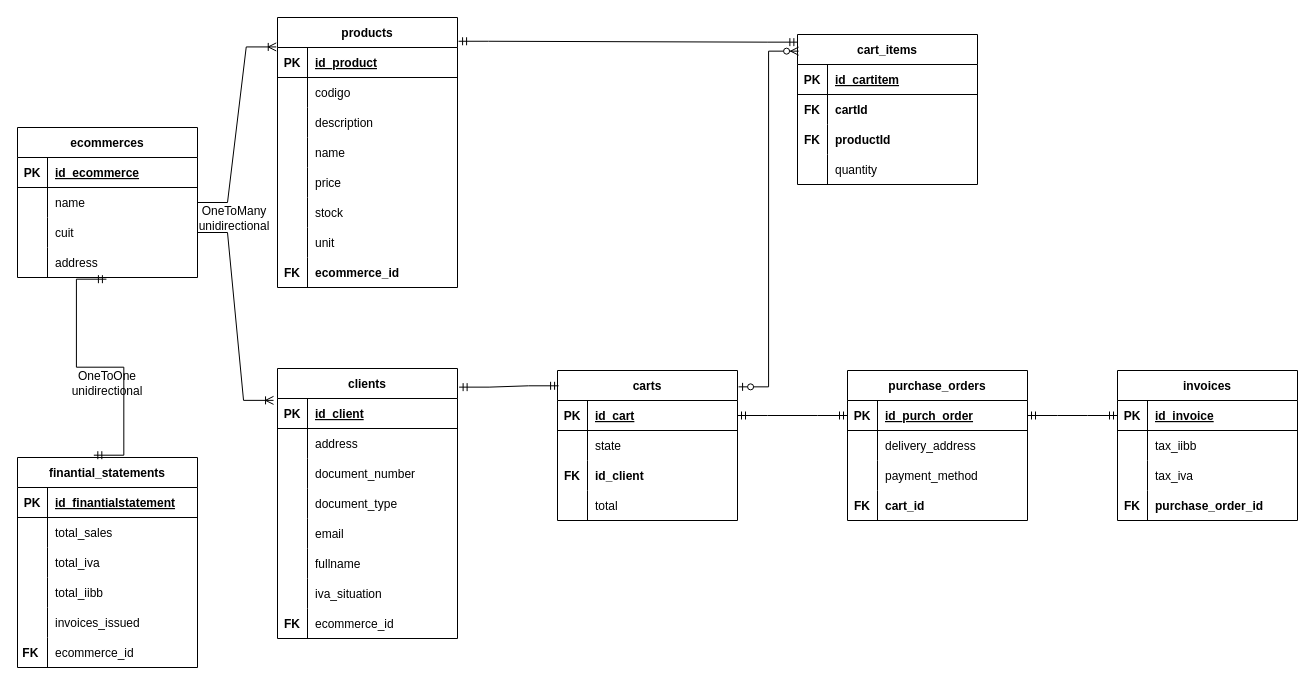
Earlier version of the draw.io diagram schema.drawio (Iwinslow/springEcommerce). Source tidied: cells renumbered, new cells numbered last; positions are measured from the earlier drawing's top-left corner, leaving out a move shared by most shapes. Both pictures are drawn from the tidied source at 100%, with x=0, y=0 at pixel (17, 17).
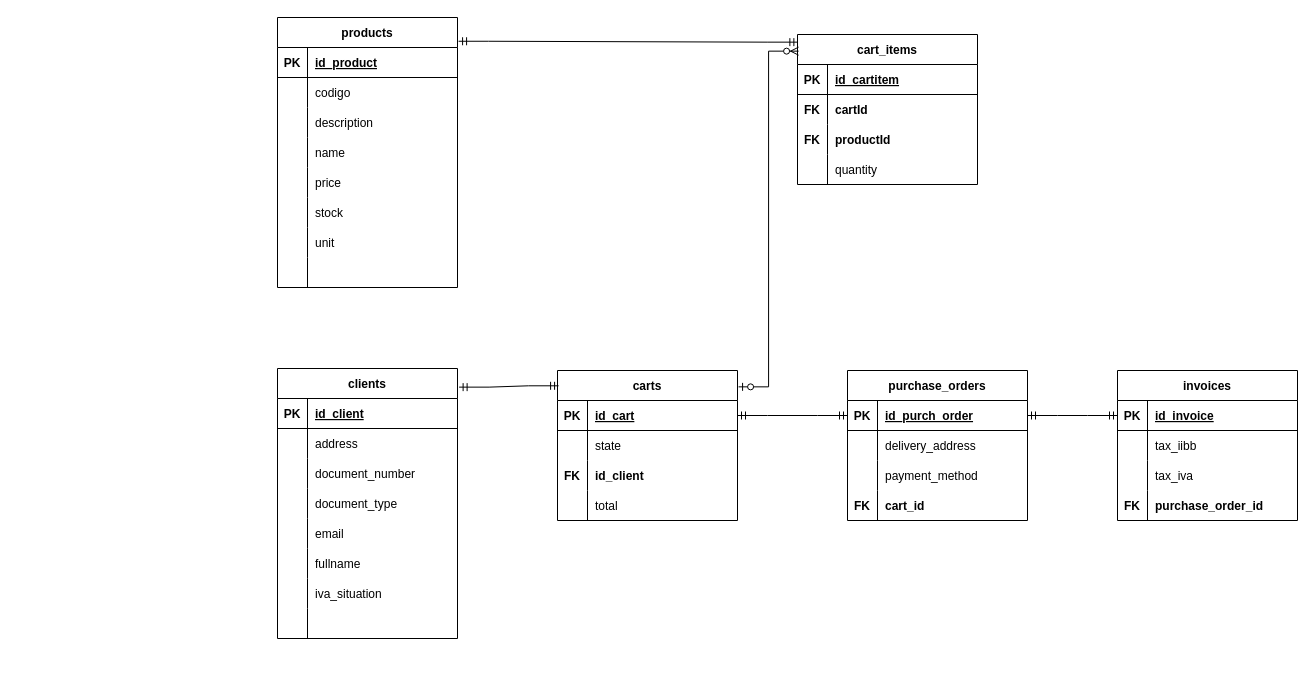
Above is the later version.

Unchanged cells that the change refers to:
```xml
<mxCell id="15" value="products" style="shape=table;startSize=30;childLayout=tableLayout;rowLines=0;fontStyle=1;align=center;" parent="1" vertex="1">
  <mxGeometry x="260" width="180" height="270" as="geometry" />
</mxCell>
<mxCell id="37" style="shape=tableRow;horizontal=0;startSize=0;swimlaneHead=0;swimlaneBody=0;fillColor=none;top=0;left=0;right=0;bottom=0;" parent="15" vertex="1">
  <mxGeometry y="240" width="180" height="30" as="geometry" />
</mxCell>
<mxCell id="40" value="clients" style="shape=table;startSize=30;childLayout=tableLayout;rowLines=0;fontStyle=1;align=center;" parent="1" vertex="1">
  <mxGeometry x="260" y="351" width="180" height="270" as="geometry" />
</mxCell>
<mxCell id="62" style="shape=tableRow;horizontal=0;startSize=0;swimlaneHead=0;swimlaneBody=0;fillColor=none;top=0;left=0;right=0;bottom=0;" parent="40" vertex="1">
  <mxGeometry y="240" width="180" height="30" as="geometry" />
</mxCell>
```

Change to the diagram source:
```diff
@@
-    <mxCell id="2" value="ecommerces" style="shape=table;startSize=30;childLayout=tableLayout;rowLines=0;fontStyle=1;align=center;" parent="1" vertex="1">
-      <mxGeometry y="110" width="180" height="150" as="geometry" />
-    </mxCell>
-    <mxCell id="3" style="shape=tableRow;horizontal=0;startSize=0;swimlaneHead=0;swimlaneBody=0;fillColor=none;top=0;left=0;right=0;bottom=1;" parent="2" vertex="1">
-      <mxGeometry y="30" width="180" height="30" as="geometry" />
-    </mxCell>
-    <mxCell id="4" value="PK" style="shape=partialRectangle;fillColor=none;top=0;left=0;bottom=0;right=0;fontStyle=1;overflow=hidden;" parent="3" vertex="1">
-      <mxGeometry width="30" height="30" as="geometry" />
-    </mxCell>
-    <mxCell id="5" value="id_ecommerce" style="shape=partialRectangle;fillColor=none;top=0;left=0;bottom=0;right=0;align=left;spacingLeft=6;fontStyle=5;overflow=hidden;" parent="3" vertex="1">
-      <mxGeometry x="30" width="150" height="30" as="geometry" />
-    </mxCell>
-    <mxCell id="6" style="shape=tableRow;horizontal=0;startSize=0;swimlaneHead=0;swimlaneBody=0;fillColor=none;points=[[0,0.5],[1,0.5]];portConstraint=eastwest;top=0;left=0;right=0;bottom=0;" parent="2" vertex="1">
-      <mxGeometry y="60" width="180" height="30" as="geometry" />
-    </mxCell>
-    <mxCell id="7" style="shape=partialRectangle;fillColor=none;top=0;left=0;bottom=0;right=0;overflow=hidden;" parent="6" vertex="1">
-      <mxGeometry width="30" height="30" as="geometry" />
-    </mxCell>
-    <mxCell id="8" value="name" style="shape=partialRectangle;fillColor=none;top=0;left=0;bottom=0;right=0;align=left;spacingLeft=6;overflow=hidden;" parent="6" vertex="1">
-      <mxGeometry x="30" width="150" height="30" as="geometry" />
-    </mxCell>
-    <mxCell id="9" style="shape=tableRow;horizontal=0;startSize=0;swimlaneHead=0;swimlaneBody=0;fillColor=none;points=[[0,0.5],[1,0.5]];portConstraint=eastwest;top=0;left=0;right=0;bottom=0;" parent="2" vertex="1">
-      <mxGeometry y="90" width="180" height="30" as="geometry" />
-    </mxCell>
-    <mxCell id="10" style="shape=partialRectangle;fillColor=none;top=0;left=0;bottom=0;right=0;overflow=hidden;" parent="9" vertex="1">
-      <mxGeometry width="30" height="30" as="geometry" />
-    </mxCell>
-    <mxCell id="11" value="cuit" style="shape=partialRectangle;fillColor=none;top=0;left=0;bottom=0;right=0;align=left;spacingLeft=6;overflow=hidden;" parent="9" vertex="1">
-      <mxGeometry x="30" width="150" height="30" as="geometry" />
-    </mxCell>
-    <mxCell id="12" style="shape=tableRow;horizontal=0;startSize=0;swimlaneHead=0;swimlaneBody=0;fillColor=none;points=[[0,0.5],[1,0.5]];portConstraint=eastwest;top=0;left=0;right=0;bottom=0;" parent="2" vertex="1">
-      <mxGeometry y="120" width="180" height="30" as="geometry" />
-    </mxCell>
-    <mxCell id="13" style="shape=partialRectangle;fillColor=none;top=0;left=0;bottom=0;right=0;overflow=hidden;" parent="12" vertex="1">
-      <mxGeometry width="30" height="30" as="geometry" />
-    </mxCell>
-    <mxCell id="14" value="address" style="shape=partialRectangle;fillColor=none;top=0;left=0;bottom=0;right=0;align=left;spacingLeft=6;overflow=hidden;" parent="12" vertex="1">
-      <mxGeometry x="30" width="150" height="30" as="geometry" />
-    </mxCell>
@@
-    <mxCell id="38" value="FK" style="shape=partialRectangle;fillColor=none;top=0;left=0;bottom=0;right=0;overflow=hidden;fontStyle=1;" parent="37" vertex="1">
+    <mxCell id="38" style="shape=partialRectangle;fillColor=none;top=0;left=0;bottom=0;right=0;overflow=hidden;fontStyle=1;" parent="37" vertex="1">
       <mxGeometry width="30" height="30" as="geometry" />
     </mxCell>
-    <mxCell id="39" value="ecommerce_id" style="shape=partialRectangle;fillColor=none;top=0;left=0;bottom=0;right=0;align=left;spacingLeft=6;overflow=hidden;fontStyle=1;" parent="37" vertex="1">
+    <mxCell id="39" style="shape=partialRectangle;fillColor=none;top=0;left=0;bottom=0;right=0;align=left;spacingLeft=6;overflow=hidden;fontStyle=1;" parent="37" vertex="1">
       <mxGeometry x="30" width="150" height="30" as="geometry" />
     </mxCell>
@@
-    <mxCell id="63" value="FK" style="shape=partialRectangle;fillColor=none;top=0;left=0;bottom=0;right=0;overflow=hidden;fontStyle=1;" parent="62" vertex="1">
+    <mxCell id="63" style="shape=partialRectangle;fillColor=none;top=0;left=0;bottom=0;right=0;overflow=hidden;fontStyle=1;" parent="62" vertex="1">
       <mxGeometry width="30" height="30" as="geometry" />
     </mxCell>
-    <mxCell id="64" value="ecommerce_id" style="shape=partialRectangle;fillColor=none;top=0;left=0;bottom=0;right=0;align=left;spacingLeft=6;overflow=hidden;" parent="62" vertex="1">
+    <mxCell id="64" style="shape=partialRectangle;fillColor=none;top=0;left=0;bottom=0;right=0;align=left;spacingLeft=6;overflow=hidden;" parent="62" vertex="1">
       <mxGeometry x="30" width="150" height="30" as="geometry" />
     </mxCell>
-    <mxCell id="65" style="edgeStyle=entityRelationEdgeStyle;fontSize=12;html=1;endArrow=ERoneToMany;rounded=0;exitX=1;exitY=0.5;exitDx=0;exitDy=0;entryX=-0.007;entryY=0.109;entryDx=0;entryDy=0;entryPerimeter=0;" parent="1" edge="1" source="6" target="15">
-      <mxGeometry relative="1" as="geometry" />
-    </mxCell>
-    <mxCell id="66" style="edgeStyle=entityRelationEdgeStyle;fontSize=12;html=1;endArrow=ERoneToMany;rounded=0;exitX=1;exitY=0.5;exitDx=0;exitDy=0;entryX=-0.022;entryY=0.118;entryDx=0;entryDy=0;entryPerimeter=0;" parent="1" edge="1" source="9" target="40">
-      <mxGeometry relative="1" as="geometry" />
-    </mxCell>
-    <mxCell id="67" style="rounded=0;jettySize=auto;html=1;exitX=0.5;exitY=0;exitDx=0;exitDy=0;entryX=0.494;entryY=1.033;entryDx=0;entryDy=0;entryPerimeter=0;strokeColor=default;" parent="1" edge="1" source="68">
-      <mxGeometry relative="1" as="geometry" />
-    </mxCell>
-    <mxCell id="68" value="finantial_statements" style="shape=table;startSize=30;childLayout=tableLayout;rowLines=0;fontStyle=1;align=center;" parent="1" vertex="1">
-      <mxGeometry y="440" width="180" height="210" as="geometry" />
-    </mxCell>
-    <mxCell id="69" style="shape=tableRow;horizontal=0;startSize=0;swimlaneHead=0;swimlaneBody=0;fillColor=none;top=0;left=0;right=0;bottom=1;" parent="68" vertex="1">
-      <mxGeometry y="30" width="180" height="30" as="geometry" />
-    </mxCell>
-    <mxCell id="70" value="PK" style="shape=partialRectangle;fillColor=none;top=0;left=0;bottom=0;right=0;fontStyle=1;overflow=hidden;" parent="69" vertex="1">
-      <mxGeometry width="30" height="30" as="geometry" />
-    </mxCell>
-    <mxCell id="71" value="id_finantialstatement" style="shape=partialRectangle;fillColor=none;top=0;left=0;bottom=0;right=0;align=left;spacingLeft=6;fontStyle=5;overflow=hidden;" parent="69" vertex="1">
-      <mxGeometry x="30" width="150" height="30" as="geometry" />
-    </mxCell>
-    <mxCell id="72" style="shape=tableRow;horizontal=0;startSize=0;swimlaneHead=0;swimlaneBody=0;fillColor=none;top=0;left=0;right=0;bottom=0;" parent="68" vertex="1">
-      <mxGeometry y="60" width="180" height="30" as="geometry" />
-    </mxCell>
-    <mxCell id="73" style="shape=partialRectangle;fillColor=none;top=0;left=0;bottom=0;right=0;overflow=hidden;" parent="72" vertex="1">
-      <mxGeometry width="30" height="30" as="geometry" />
-    </mxCell>
-    <mxCell id="74" value="total_sales" style="shape=partialRectangle;fillColor=none;top=0;left=0;bottom=0;right=0;align=left;spacingLeft=6;overflow=hidden;" parent="72" vertex="1">
-      <mxGeometry x="30" width="150" height="30" as="geometry" />
-    </mxCell>
-    <mxCell id="75" style="shape=tableRow;horizontal=0;startSize=0;swimlaneHead=0;swimlaneBody=0;fillColor=none;top=0;left=0;right=0;bottom=0;" parent="68" vertex="1">
-      <mxGeometry y="90" width="180" height="30" as="geometry" />
-    </mxCell>
-    <mxCell id="76" style="shape=partialRectangle;fillColor=none;top=0;left=0;bottom=0;right=0;overflow=hidden;" parent="75" vertex="1">
-      <mxGeometry width="30" height="30" as="geometry" />
-    </mxCell>
-    <mxCell id="77" value="total_iva" style="shape=partialRectangle;fillColor=none;top=0;left=0;bottom=0;right=0;align=left;spacingLeft=6;overflow=hidden;" parent="75" vertex="1">
-      <mxGeometry x="30" width="150" height="30" as="geometry" />
-    </mxCell>
-    <mxCell id="78" style="shape=tableRow;horizontal=0;startSize=0;swimlaneHead=0;swimlaneBody=0;fillColor=none;top=0;left=0;right=0;bottom=0;" parent="68" vertex="1">
-      <mxGeometry y="120" width="180" height="30" as="geometry" />
-    </mxCell>
-    <mxCell id="79" style="shape=partialRectangle;fillColor=none;top=0;left=0;bottom=0;right=0;overflow=hidden;" parent="78" vertex="1">
-      <mxGeometry width="30" height="30" as="geometry" />
-    </mxCell>
-    <mxCell id="80" value="total_iibb" style="shape=partialRectangle;fillColor=none;top=0;left=0;bottom=0;right=0;align=left;spacingLeft=6;overflow=hidden;" parent="78" vertex="1">
-      <mxGeometry x="30" width="150" height="30" as="geometry" />
-    </mxCell>
-    <mxCell id="81" style="shape=tableRow;horizontal=0;startSize=0;swimlaneHead=0;swimlaneBody=0;fillColor=none;top=0;left=0;right=0;bottom=0;" parent="68" vertex="1">
-      <mxGeometry y="150" width="180" height="30" as="geometry" />
-    </mxCell>
-    <mxCell id="82" style="shape=partialRectangle;fillColor=none;top=0;left=0;bottom=0;right=0;overflow=hidden;" parent="81" vertex="1">
-      <mxGeometry width="30" height="30" as="geometry" />
-    </mxCell>
-    <mxCell id="83" value="invoices_issued" style="shape=partialRectangle;fillColor=none;top=0;left=0;bottom=0;right=0;align=left;spacingLeft=6;overflow=hidden;" parent="81" vertex="1">
-      <mxGeometry x="30" width="150" height="30" as="geometry" />
-    </mxCell>
-    <mxCell id="84" style="shape=tableRow;horizontal=0;startSize=0;swimlaneHead=0;swimlaneBody=0;fillColor=none;top=0;left=0;right=0;bottom=0;" parent="68" vertex="1">
-      <mxGeometry y="180" width="180" height="30" as="geometry" />
-    </mxCell>
-    <mxCell id="85" value="FK " style="shape=partialRectangle;fillColor=none;top=0;left=0;bottom=0;right=0;overflow=hidden;fontStyle=1;" parent="84" vertex="1">
-      <mxGeometry width="30" height="30" as="geometry" />
-    </mxCell>
-    <mxCell id="86" value="ecommerce_id" style="shape=partialRectangle;fillColor=none;top=0;left=0;bottom=0;right=0;align=left;spacingLeft=6;overflow=hidden;fontStyle=0;" parent="84" vertex="1">
-      <mxGeometry x="30" width="150" height="30" as="geometry" />
-    </mxCell>
@@
-    <mxCell id="139" value="OneToOne unidirectional" style="text;html=1;strokeColor=none;fillColor=none;align=center;verticalAlign=middle;whiteSpace=wrap;rounded=0;" parent="1" vertex="1">
-      <mxGeometry x="60" y="351" width="60" height="30" as="geometry" />
-    </mxCell>
-    <mxCell id="140" style="edgeStyle=entityRelationEdgeStyle;fontSize=12;html=1;endArrow=ERmandOne;startArrow=ERmandOne;rounded=0;exitX=0.424;exitY=-0.011;exitDx=0;exitDy=0;exitPerimeter=0;entryX=0.494;entryY=1.056;entryDx=0;entryDy=0;entryPerimeter=0;" parent="1" edge="1" source="68" target="12">
-      <mxGeometry relative="1" as="geometry" />
-    </mxCell>
@@
-    <mxCell id="146" value="OneToMany unidirectional" style="text;html=1;strokeColor=none;fillColor=none;align=center;verticalAlign=middle;whiteSpace=wrap;rounded=0;" parent="1" vertex="1">
-      <mxGeometry x="187" y="186" width="60" height="30" as="geometry" />
-    </mxCell>
```
